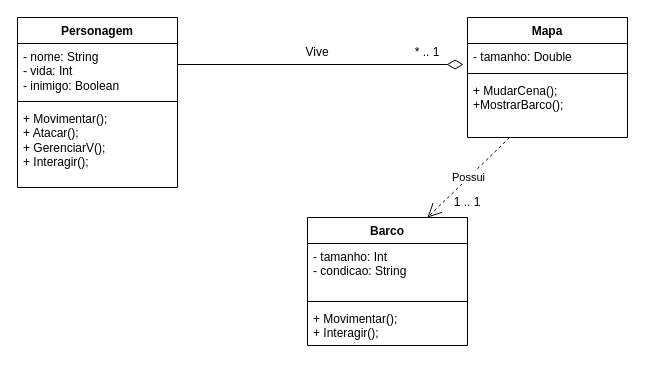
Above: Diagrama de Classes.drawio in yuritelis/atvmusicalp (draw.io), before the change. Source tidied: cells renumbered, new cells numbered last; positions are measured from the earlier drawing's top-left corner, leaving out a move shared by most shapes. Both pictures are drawn from the tidied source at 100%, with x=0, y=0 at pixel (17, 17).
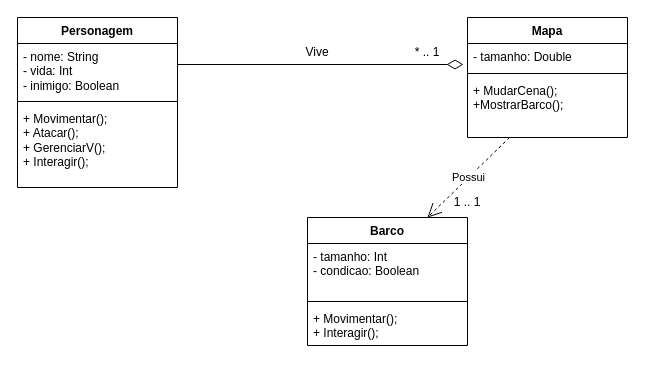
The same diagram, later.

What changed in the source:
```diff
@@
 <mxGraphModel>
   <root>
     <mxCell id="0" />
     <mxCell id="1" parent="0" />
     <mxCell id="2" value="Personagem" style="swimlane;fontStyle=1;align=center;verticalAlign=top;horizontal=1;startSize=26;whiteSpace=wrap;html=1;" parent="1" vertex="1">
       <mxGeometry width="160" height="170" as="geometry" />
     </mxCell>
     <mxCell id="3" value="- nome: String&lt;br&gt;- vida: Int&lt;br&gt;- inimigo: Boolean" style="text;strokeColor=none;fillColor=none;align=left;verticalAlign=top;spacingLeft=4;spacingRight=4;overflow=hidden;whiteSpace=wrap;html=1;" parent="2" vertex="1">
       <mxGeometry y="26" width="160" height="54" as="geometry" />
     </mxCell>
     <mxCell id="4" style="line;strokeWidth=1;fillColor=none;align=left;verticalAlign=middle;spacingTop=-1;spacingLeft=3;spacingRight=3;labelPosition=right;strokeColor=inherit;" parent="2" vertex="1">
       <mxGeometry y="80" width="160" height="8" as="geometry" />
     </mxCell>
     <mxCell id="5" value="+ Movimentar();&lt;br&gt;+ Atacar();&lt;br&gt;+ GerenciarV();&lt;br&gt;+ Interagir();" style="text;strokeColor=none;fillColor=none;align=left;verticalAlign=top;spacingLeft=4;spacingRight=4;overflow=hidden;whiteSpace=wrap;html=1;" parent="2" vertex="1">
       <mxGeometry y="88" width="160" height="82" as="geometry" />
     </mxCell>
     <mxCell id="6" value="Mapa" style="swimlane;fontStyle=1;align=center;verticalAlign=top;horizontal=1;startSize=26;whiteSpace=wrap;html=1;" parent="1" vertex="1">
       <mxGeometry x="450" width="160" height="120" as="geometry" />
     </mxCell>
     <mxCell id="7" value="- tamanho: Double" style="text;strokeColor=none;fillColor=none;align=left;verticalAlign=top;spacingLeft=4;spacingRight=4;overflow=hidden;points=[[0,0.5],[1,0.5]];portConstraint=eastwest;whiteSpace=wrap;html=1;" parent="6" vertex="1">
       <mxGeometry y="26" width="160" height="26" as="geometry" />
     </mxCell>
     <mxCell id="8" style="line;strokeWidth=1;fillColor=none;align=left;verticalAlign=middle;spacingTop=-1;spacingLeft=3;spacingRight=3;labelPosition=right;strokeColor=inherit;" parent="6" vertex="1">
       <mxGeometry y="52" width="160" height="8" as="geometry" />
     </mxCell>
     <mxCell id="9" value="+ MudarCena();&lt;br&gt;+MostrarBarco();" style="text;strokeColor=none;fillColor=none;align=left;verticalAlign=top;spacingLeft=4;spacingRight=4;overflow=hidden;points=[[0,0.5],[1,0.5]];portConstraint=eastwest;whiteSpace=wrap;html=1;" parent="6" vertex="1">
       <mxGeometry y="60" width="160" height="60" as="geometry" />
     </mxCell>
     <mxCell id="10" value="Barco" style="swimlane;fontStyle=1;align=center;verticalAlign=top;horizontal=1;startSize=26;whiteSpace=wrap;html=1;" parent="1" vertex="1">
       <mxGeometry x="290" y="200" width="160" height="128" as="geometry" />
     </mxCell>
-    <mxCell id="11" value="- tamanho: Int&lt;br&gt;- condicao: String" style="text;strokeColor=none;fillColor=none;align=left;verticalAlign=top;spacingLeft=4;spacingRight=4;overflow=hidden;whiteSpace=wrap;html=1;" parent="10" vertex="1">
+    <mxCell id="11" value="- tamanho: Int&lt;br&gt;- condicao: Boolean" style="text;strokeColor=none;fillColor=none;align=left;verticalAlign=top;spacingLeft=4;spacingRight=4;overflow=hidden;whiteSpace=wrap;html=1;" parent="10" vertex="1">
       <mxGeometry y="26" width="160" height="54" as="geometry" />
     </mxCell>
     <mxCell id="12" style="line;strokeWidth=1;fillColor=none;align=left;verticalAlign=middle;spacingTop=-1;spacingLeft=3;spacingRight=3;labelPosition=right;strokeColor=inherit;" parent="10" vertex="1">
       <mxGeometry y="80" width="160" height="8" as="geometry" />
     </mxCell>
     <mxCell id="13" value="+ Movimentar();&lt;br&gt;+ Interagir();" style="text;strokeColor=none;fillColor=none;align=left;verticalAlign=top;spacingLeft=4;spacingRight=4;overflow=hidden;whiteSpace=wrap;html=1;" parent="10" vertex="1">
       <mxGeometry y="88" width="160" height="40" as="geometry" />
     </mxCell>
     <mxCell id="14" value="Possui" style="endArrow=open;endSize=12;dashed=1;html=1;rounded=0;entryX=0.75;entryY=0;entryDx=0;entryDy=0;exitX=0.263;exitY=1;exitDx=0;exitDy=0;exitPerimeter=0;" parent="1" edge="1" source="9" target="10">
       <mxGeometry relative="1" as="geometry" />
     </mxCell>
     <mxCell id="15" style="endArrow=none;html=1;endSize=12;startArrow=diamondThin;startSize=14;startFill=0;edgeStyle=orthogonalEdgeStyle;align=left;verticalAlign=bottom;rounded=0;endFill=0;exitX=-0.025;exitY=0.808;exitDx=0;exitDy=0;exitPerimeter=0;" parent="1" edge="1" source="7">
       <mxGeometry x="-1" y="3" relative="1" as="geometry">
         <mxPoint x="160" y="47" as="targetPoint" />
       </mxGeometry>
     </mxCell>
     <mxCell id="16" value="Vive" style="text;html=1;strokeColor=none;fillColor=none;align=center;verticalAlign=middle;whiteSpace=wrap;rounded=0;" parent="1" vertex="1">
       <mxGeometry x="270" y="20" width="60" height="30" as="geometry" />
     </mxCell>
     <mxCell id="17" value="* .. 1" style="text;html=1;strokeColor=none;fillColor=none;align=center;verticalAlign=middle;whiteSpace=wrap;rounded=0;" parent="1" vertex="1">
       <mxGeometry x="380" y="20" width="60" height="30" as="geometry" />
     </mxCell>
     <mxCell id="18" value="1 .. 1" style="text;html=1;strokeColor=none;fillColor=none;align=center;verticalAlign=middle;whiteSpace=wrap;rounded=0;" parent="1" vertex="1">
       <mxGeometry x="420" y="170" width="60" height="30" as="geometry" />
     </mxCell>
   </root>
 </mxGraphModel>
```
